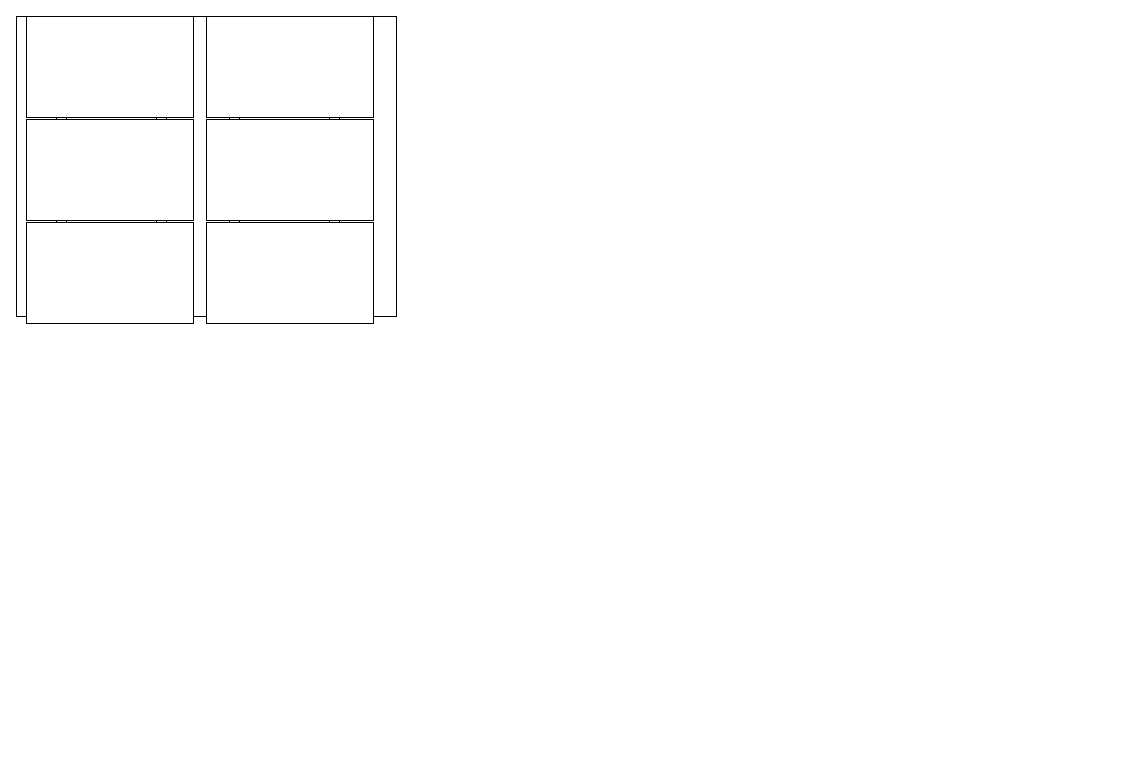
The draw.io diagram Solar.drawio in BenjiU/Solar, before the edit. Source tidied: cells renumbered, new cells numbered last; positions are measured from the earlier drawing's top-left corner, leaving out a move shared by most shapes. Both pictures are drawn from the tidied source at 100%, with x=0, y=0 at pixel (16, 16).
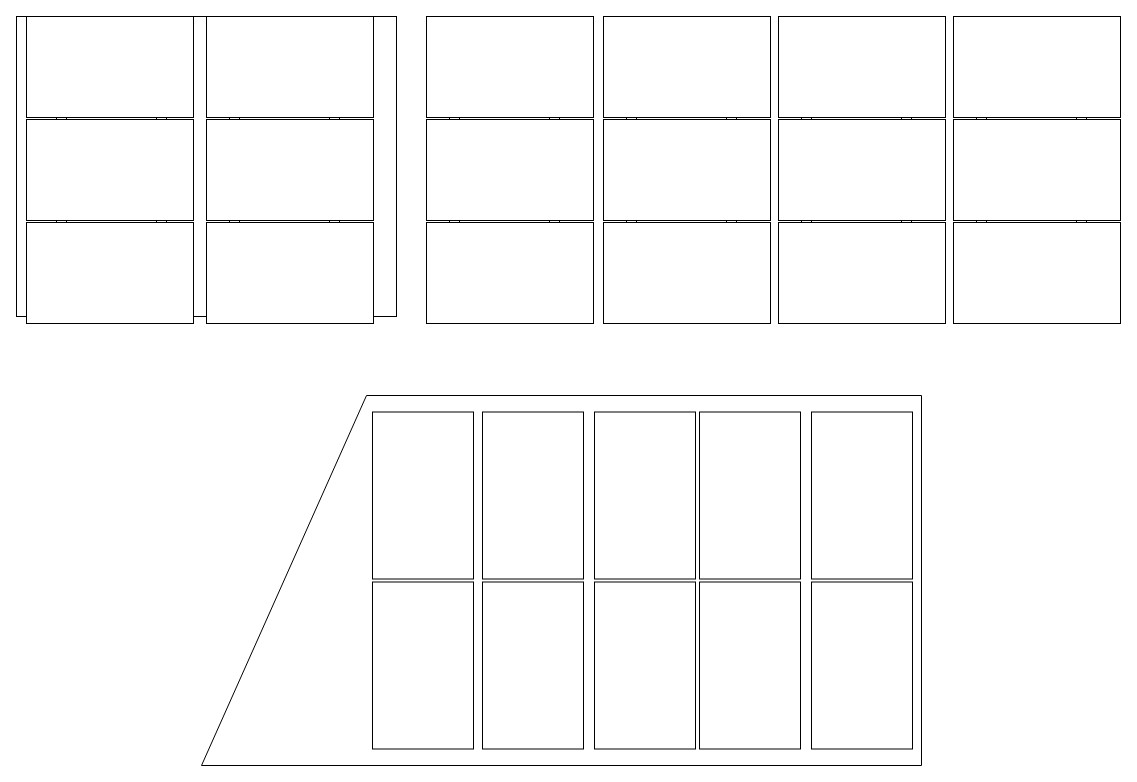
After the change.

Diff of the diagram source:
```diff
@@
+    <mxCell id="17" style="shape=manualInput;whiteSpace=wrap;html=1;size=165;rotation=90;flipV=1;" parent="1" vertex="1">
+      <mxGeometry x="360" y="204" width="370" height="720" as="geometry" />
+    </mxCell>
+    <mxCell id="18" style="rounded=0;whiteSpace=wrap;html=1;strokeColor=default;fillColor=default;gradientColor=none;perimeterSpacing=0;" parent="1" vertex="1">
+      <mxGeometry x="937" width="167" height="101" as="geometry" />
+    </mxCell>
+    <mxCell id="19" style="rounded=0;whiteSpace=wrap;html=1;strokeColor=default;fillColor=default;gradientColor=none;perimeterSpacing=0;" parent="1" vertex="1">
+      <mxGeometry x="937" y="103" width="167" height="101" as="geometry" />
+    </mxCell>
+    <mxCell id="20" style="rounded=0;whiteSpace=wrap;html=1;strokeColor=default;fillColor=default;gradientColor=none;perimeterSpacing=0;" parent="1" vertex="1">
+      <mxGeometry x="937" y="206" width="167" height="101" as="geometry" />
+    </mxCell>
+    <mxCell id="21" style="rounded=0;whiteSpace=wrap;html=1;" parent="1" vertex="1">
+      <mxGeometry x="960" y="101" width="10" height="2" as="geometry" />
+    </mxCell>
+    <mxCell id="22" style="rounded=0;whiteSpace=wrap;html=1;" parent="1" vertex="1">
+      <mxGeometry x="1060" y="101" width="10" height="2" as="geometry" />
+    </mxCell>
+    <mxCell id="23" style="rounded=0;whiteSpace=wrap;html=1;" parent="1" vertex="1">
+      <mxGeometry x="960" y="204" width="10" height="2" as="geometry" />
+    </mxCell>
+    <mxCell id="24" style="rounded=0;whiteSpace=wrap;html=1;" parent="1" vertex="1">
+      <mxGeometry x="1060" y="204" width="10" height="2" as="geometry" />
+    </mxCell>
+    <mxCell id="25" style="rounded=0;whiteSpace=wrap;html=1;strokeColor=default;fillColor=default;gradientColor=none;perimeterSpacing=0;" parent="1" vertex="1">
+      <mxGeometry x="762" width="167" height="101" as="geometry" />
+    </mxCell>
+    <mxCell id="26" style="rounded=0;whiteSpace=wrap;html=1;strokeColor=default;fillColor=default;gradientColor=none;perimeterSpacing=0;" parent="1" vertex="1">
+      <mxGeometry x="762" y="103" width="167" height="101" as="geometry" />
+    </mxCell>
+    <mxCell id="27" style="rounded=0;whiteSpace=wrap;html=1;strokeColor=default;fillColor=default;gradientColor=none;perimeterSpacing=0;" parent="1" vertex="1">
+      <mxGeometry x="762" y="206" width="167" height="101" as="geometry" />
+    </mxCell>
+    <mxCell id="28" style="rounded=0;whiteSpace=wrap;html=1;" parent="1" vertex="1">
+      <mxGeometry x="785" y="101" width="10" height="2" as="geometry" />
+    </mxCell>
+    <mxCell id="29" style="rounded=0;whiteSpace=wrap;html=1;" parent="1" vertex="1">
+      <mxGeometry x="885" y="101" width="10" height="2" as="geometry" />
+    </mxCell>
+    <mxCell id="30" style="rounded=0;whiteSpace=wrap;html=1;" parent="1" vertex="1">
+      <mxGeometry x="785" y="204" width="10" height="2" as="geometry" />
+    </mxCell>
+    <mxCell id="31" style="rounded=0;whiteSpace=wrap;html=1;" parent="1" vertex="1">
+      <mxGeometry x="885" y="204" width="10" height="2" as="geometry" />
+    </mxCell>
+    <mxCell id="32" style="rounded=0;whiteSpace=wrap;html=1;strokeColor=default;fillColor=default;gradientColor=none;perimeterSpacing=0;" parent="1" vertex="1">
+      <mxGeometry x="587" width="167" height="101" as="geometry" />
+    </mxCell>
+    <mxCell id="33" style="rounded=0;whiteSpace=wrap;html=1;strokeColor=default;fillColor=default;gradientColor=none;perimeterSpacing=0;" parent="1" vertex="1">
+      <mxGeometry x="587" y="103" width="167" height="101" as="geometry" />
+    </mxCell>
+    <mxCell id="34" style="rounded=0;whiteSpace=wrap;html=1;strokeColor=default;fillColor=default;gradientColor=none;perimeterSpacing=0;" parent="1" vertex="1">
+      <mxGeometry x="587" y="206" width="167" height="101" as="geometry" />
+    </mxCell>
+    <mxCell id="35" style="rounded=0;whiteSpace=wrap;html=1;" parent="1" vertex="1">
+      <mxGeometry x="610" y="101" width="10" height="2" as="geometry" />
+    </mxCell>
+    <mxCell id="36" style="rounded=0;whiteSpace=wrap;html=1;" parent="1" vertex="1">
+      <mxGeometry x="710" y="101" width="10" height="2" as="geometry" />
+    </mxCell>
+    <mxCell id="37" style="rounded=0;whiteSpace=wrap;html=1;" parent="1" vertex="1">
+      <mxGeometry x="610" y="204" width="10" height="2" as="geometry" />
+    </mxCell>
+    <mxCell id="38" style="rounded=0;whiteSpace=wrap;html=1;" parent="1" vertex="1">
+      <mxGeometry x="710" y="204" width="10" height="2" as="geometry" />
+    </mxCell>
+    <mxCell id="39" style="rounded=0;whiteSpace=wrap;html=1;strokeColor=default;fillColor=default;gradientColor=none;perimeterSpacing=0;" parent="1" vertex="1">
+      <mxGeometry x="410" width="167" height="101" as="geometry" />
+    </mxCell>
+    <mxCell id="40" style="rounded=0;whiteSpace=wrap;html=1;strokeColor=default;fillColor=default;gradientColor=none;perimeterSpacing=0;" parent="1" vertex="1">
+      <mxGeometry x="410" y="103" width="167" height="101" as="geometry" />
+    </mxCell>
+    <mxCell id="41" style="rounded=0;whiteSpace=wrap;html=1;strokeColor=default;fillColor=default;gradientColor=none;perimeterSpacing=0;" parent="1" vertex="1">
+      <mxGeometry x="410" y="206" width="167" height="101" as="geometry" />
+    </mxCell>
+    <mxCell id="42" style="rounded=0;whiteSpace=wrap;html=1;" parent="1" vertex="1">
+      <mxGeometry x="433" y="101" width="10" height="2" as="geometry" />
+    </mxCell>
+    <mxCell id="43" style="rounded=0;whiteSpace=wrap;html=1;" parent="1" vertex="1">
+      <mxGeometry x="533" y="101" width="10" height="2" as="geometry" />
+    </mxCell>
+    <mxCell id="44" style="rounded=0;whiteSpace=wrap;html=1;" parent="1" vertex="1">
+      <mxGeometry x="433" y="204" width="10" height="2" as="geometry" />
+    </mxCell>
+    <mxCell id="45" style="rounded=0;whiteSpace=wrap;html=1;" parent="1" vertex="1">
+      <mxGeometry x="533" y="204" width="10" height="2" as="geometry" />
+    </mxCell>
+    <mxCell id="46" style="rounded=0;whiteSpace=wrap;html=1;strokeColor=default;fillColor=default;gradientColor=none;perimeterSpacing=0;rotation=90;" parent="1" vertex="1">
+      <mxGeometry x="762" y="598.5" width="167" height="101" as="geometry" />
+    </mxCell>
+    <mxCell id="47" style="rounded=0;whiteSpace=wrap;html=1;strokeColor=default;fillColor=default;gradientColor=none;perimeterSpacing=0;rotation=90;" parent="1" vertex="1">
+      <mxGeometry x="762" y="428.5" width="167" height="101" as="geometry" />
+    </mxCell>
+    <mxCell id="48" style="rounded=0;whiteSpace=wrap;html=1;strokeColor=default;fillColor=default;gradientColor=none;perimeterSpacing=0;rotation=90;" parent="1" vertex="1">
+      <mxGeometry x="650" y="598.5" width="167" height="101" as="geometry" />
+    </mxCell>
+    <mxCell id="49" style="rounded=0;whiteSpace=wrap;html=1;strokeColor=default;fillColor=default;gradientColor=none;perimeterSpacing=0;rotation=90;" parent="1" vertex="1">
+      <mxGeometry x="650" y="428.5" width="167" height="101" as="geometry" />
+    </mxCell>
+    <mxCell id="50" style="rounded=0;whiteSpace=wrap;html=1;strokeColor=default;fillColor=default;gradientColor=none;perimeterSpacing=0;rotation=90;" parent="1" vertex="1">
+      <mxGeometry x="545" y="598.5" width="167" height="101" as="geometry" />
+    </mxCell>
+    <mxCell id="51" style="rounded=0;whiteSpace=wrap;html=1;strokeColor=default;fillColor=default;gradientColor=none;perimeterSpacing=0;rotation=90;" parent="1" vertex="1">
+      <mxGeometry x="545" y="428.5" width="167" height="101" as="geometry" />
+    </mxCell>
+    <mxCell id="52" style="rounded=0;whiteSpace=wrap;html=1;strokeColor=default;fillColor=default;gradientColor=none;perimeterSpacing=0;rotation=90;" parent="1" vertex="1">
+      <mxGeometry x="433" y="598.5" width="167" height="101" as="geometry" />
+    </mxCell>
+    <mxCell id="53" style="rounded=0;whiteSpace=wrap;html=1;strokeColor=default;fillColor=default;gradientColor=none;perimeterSpacing=0;rotation=90;" parent="1" vertex="1">
+      <mxGeometry x="433" y="428.5" width="167" height="101" as="geometry" />
+    </mxCell>
+    <mxCell id="54" style="rounded=0;whiteSpace=wrap;html=1;strokeColor=default;fillColor=default;gradientColor=none;perimeterSpacing=0;rotation=90;" parent="1" vertex="1">
+      <mxGeometry x="323" y="598.5" width="167" height="101" as="geometry" />
+    </mxCell>
+    <mxCell id="55" style="rounded=0;whiteSpace=wrap;html=1;strokeColor=default;fillColor=default;gradientColor=none;perimeterSpacing=0;rotation=90;" parent="1" vertex="1">
+      <mxGeometry x="323" y="428.5" width="167" height="101" as="geometry" />
+    </mxCell>
```
